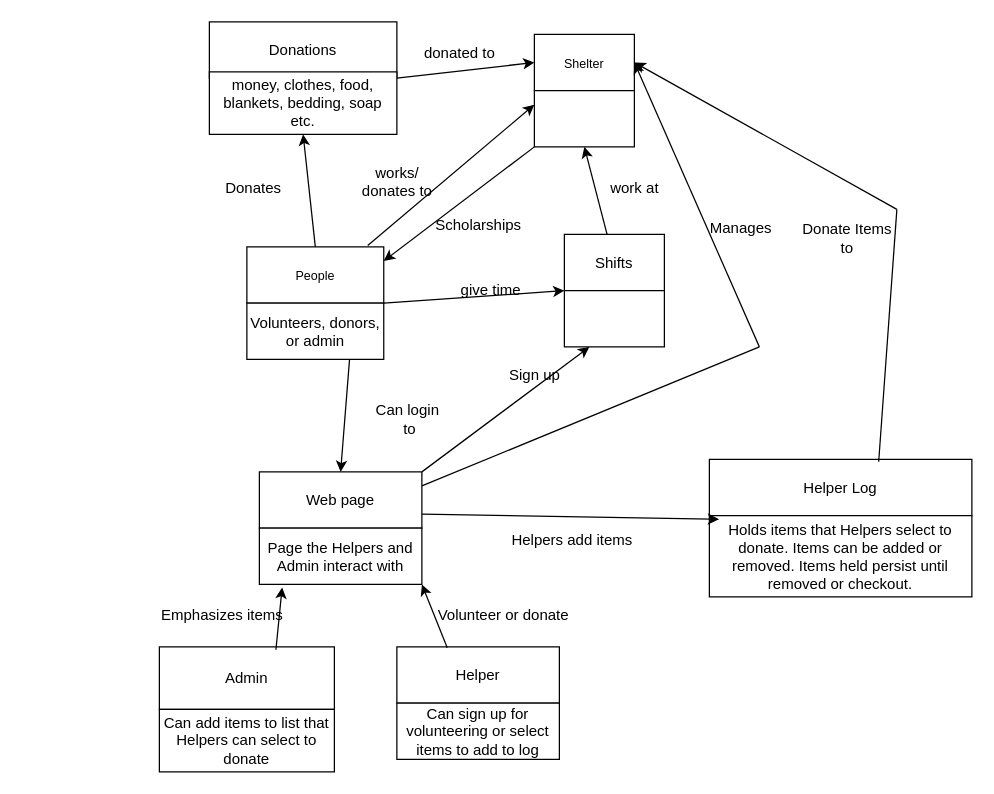
Before: DomainAnalysis.drawio in Alex-A-Denny/SWEN-Group-Project, a draw.io diagram. Source tidied: cells renumbered, new cells numbered last; positions are measured from the earlier drawing's top-left corner, leaving out a move shared by most shapes. Both pictures are drawn from the tidied source at 125%, with x=0, y=0 at pixel (146, 21).
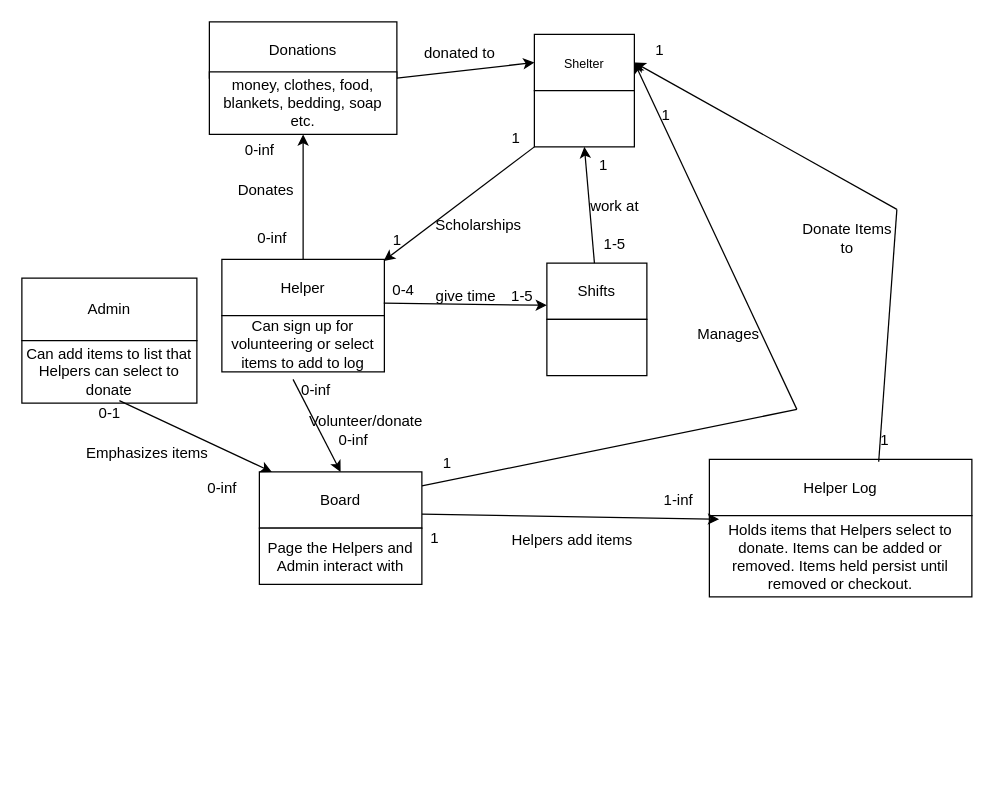
The same page after the edit.

Unchanged cells that the change refers to:
```xml
<mxCell id="3" value="&lt;font size=&quot;1&quot;&gt;Shelter&lt;/font&gt;" style="rounded=0;whiteSpace=wrap;html=1;" parent="2" vertex="1">
  <mxGeometry width="80" height="45" as="geometry" />
</mxCell>
<mxCell id="4" style="rounded=0;whiteSpace=wrap;html=1;" parent="2" vertex="1">
  <mxGeometry y="45" width="80" height="45" as="geometry" />
</mxCell>
<mxCell id="11" value="Shifts" style="rounded=0;whiteSpace=wrap;html=1;" parent="10" vertex="1">
  <mxGeometry width="80" height="45" as="geometry" />
</mxCell>
<mxCell id="12" style="rounded=0;whiteSpace=wrap;html=1;" parent="10" vertex="1">
  <mxGeometry y="45" width="80" height="45" as="geometry" />
</mxCell>
<mxCell id="15" value="money, clothes, food, blankets, bedding, soap etc." style="rounded=0;whiteSpace=wrap;html=1;" parent="13" vertex="1">
  <mxGeometry y="40" width="150" height="50" as="geometry" />
</mxCell>
<mxCell id="41" style="group;" parent="1" vertex="1">
  <mxGeometry x="90" y="360" width="130" height="90" as="geometry" />
</mxCell>
<mxCell id="43" value="Page the Helpers and Admin interact with" style="rounded=0;whiteSpace=wrap;html=1;" parent="41" vertex="1">
  <mxGeometry y="45" width="130" height="45" as="geometry" />
</mxCell>
<mxCell id="45" value="Helper" style="rounded=0;whiteSpace=wrap;html=1;" parent="44" vertex="1">
  <mxGeometry width="130" height="45" as="geometry" />
</mxCell>
<mxCell id="46" value="Can sign up for volunteering or select items to add to log" style="rounded=0;whiteSpace=wrap;html=1;" parent="44" vertex="1">
  <mxGeometry y="45" width="130" height="45" as="geometry" />
</mxCell>
<mxCell id="48" value="Admin" style="rounded=0;whiteSpace=wrap;html=1;" parent="47" vertex="1">
  <mxGeometry width="140" height="50" as="geometry" />
</mxCell>
<mxCell id="49" value="Can add items to list that Helpers can select to donate" style="rounded=0;whiteSpace=wrap;html=1;" parent="47" vertex="1">
  <mxGeometry y="50" width="140" height="50" as="geometry" />
</mxCell>
```

The edit, as a diff of the source:
```diff
@@
-    <mxCell id="5" style="group;" parent="1" vertex="1">
-      <mxGeometry x="80" y="180" width="130" height="90" as="geometry" />
-    </mxCell>
-    <mxCell id="6" value="&lt;font size=&quot;1&quot;&gt;People&lt;/font&gt;" style="rounded=0;whiteSpace=wrap;html=1;" parent="5" vertex="1">
-      <mxGeometry width="109.5" height="45" as="geometry" />
-    </mxCell>
-    <mxCell id="7" value="Volunteers, donors, or admin" style="rounded=0;whiteSpace=wrap;html=1;" parent="5" vertex="1">
-      <mxGeometry y="45" width="109.5" height="45" as="geometry" />
-    </mxCell>
-    <mxCell id="8" style="endArrow=classic;html=1;rounded=0;exitX=0.883;exitY=-0.025;exitDx=0;exitDy=0;exitPerimeter=0;entryX=0;entryY=0.25;entryDx=0;entryDy=0;" parent="1" edge="1" source="6" target="4">
-      <mxGeometry relative="1" as="geometry" />
-    </mxCell>
-    <mxCell id="9" value="works/&lt;br&gt;donates to" style="text;html=1;align=center;verticalAlign=middle;strokeColor=none;fillColor=none;" parent="1" vertex="1">
-      <mxGeometry x="160" y="108" width="80" height="40" as="geometry" />
-    </mxCell>
     <mxCell id="10" style="group;" parent="1" vertex="1">
-      <mxGeometry x="334" y="170" width="80" height="90" as="geometry" />
+      <mxGeometry x="320" y="193" width="80" height="90" as="geometry" />
     </mxCell>
@@
-    <mxCell id="16" style="endArrow=classic;html=1;rounded=0;entryX=0.5;entryY=1;entryDx=0;entryDy=0;exitX=0.5;exitY=0;exitDx=0;exitDy=0;" parent="1" edge="1" source="6" target="15">
+    <mxCell id="16" style="endArrow=classic;html=1;rounded=0;entryX=0.5;entryY=1;entryDx=0;entryDy=0;" parent="1" edge="1" source="45" target="15">
       <mxGeometry relative="1" as="geometry" />
     </mxCell>
     <mxCell id="17" value="Donates" style="text;html=1;align=center;verticalAlign=middle;strokeColor=none;fillColor=none;" parent="1" vertex="1">
-      <mxGeometry x="50" y="118" width="70" height="30" as="geometry" />
+      <mxGeometry x="60" y="120" width="70" height="30" as="geometry" />
     </mxCell>
@@
-    <mxCell id="21" style="endArrow=classic;html=1;rounded=0;exitX=1;exitY=1;exitDx=0;exitDy=0;entryX=0;entryY=1;entryDx=0;entryDy=0;" parent="1" edge="1" source="6" target="11">
-      <mxGeometry relative="1" as="geometry" />
-    </mxCell>
     <mxCell id="22" value="give time" style="text;html=1;align=center;verticalAlign=middle;strokeColor=none;fillColor=none;" parent="1" vertex="1">
-      <mxGeometry x="240" y="200" width="70" height="30" as="geometry" />
+      <mxGeometry x="220" y="205" width="70" height="30" as="geometry" />
     </mxCell>
     <mxCell id="23" value="work at" style="text;html=1;align=center;verticalAlign=middle;strokeColor=none;fillColor=none;" parent="1" vertex="1">
-      <mxGeometry x="360" y="118" width="60" height="30" as="geometry" />
+      <mxGeometry x="344" y="133" width="60" height="30" as="geometry" />
     </mxCell>
-    <mxCell id="24" style="endArrow=classic;html=1;rounded=0;exitX=0.75;exitY=1;exitDx=0;exitDy=0;entryX=0.5;entryY=0;entryDx=0;entryDy=0;" parent="1" edge="1" source="7" target="42">
+    <mxCell id="24" style="endArrow=classic;html=1;rounded=0;exitX=0.438;exitY=1.133;exitDx=0;exitDy=0;entryX=0.5;entryY=0;entryDx=0;entryDy=0;exitPerimeter=0;" parent="1" edge="1" source="46" target="42">
       <mxGeometry relative="1" as="geometry" />
     </mxCell>
-    <mxCell id="25" value="Can login&amp;nbsp;&lt;br&gt;to" style="text;html=1;align=center;verticalAlign=middle;strokeColor=none;fillColor=none;" parent="1" vertex="1">
-      <mxGeometry x="170" y="298" width="80" height="40" as="geometry" />
-    </mxCell>
@@
     <mxCell id="31" style="endArrow=classic;html=1;rounded=0;entryX=1;entryY=0.5;entryDx=0;entryDy=0;" parent="1" edge="1" target="3">
       <mxGeometry relative="1" as="geometry">
-        <mxPoint x="490" y="260" as="sourcePoint" />
+        <mxPoint x="520" y="310" as="sourcePoint" />
       </mxGeometry>
     </mxCell>
     <mxCell id="32" style="endArrow=none;html=1;rounded=0;exitX=1;exitY=0.25;exitDx=0;exitDy=0;" parent="1" edge="1" source="42">
       <mxGeometry relative="1" as="geometry">
-        <mxPoint x="490" y="260" as="targetPoint" />
+        <mxPoint x="520" y="310" as="targetPoint" />
       </mxGeometry>
     </mxCell>
     <mxCell id="33" value="Manages" style="text;html=1;align=center;verticalAlign=middle;strokeColor=none;fillColor=none;" parent="1" vertex="1">
-      <mxGeometry x="440" y="150" width="70" height="30" as="geometry" />
+      <mxGeometry x="430" y="235" width="70" height="30" as="geometry" />
     </mxCell>
@@
-    <mxCell id="37" style="endArrow=classic;html=1;rounded=0;exitX=1;exitY=0;exitDx=0;exitDy=0;entryX=0.25;entryY=1;entryDx=0;entryDy=0;" parent="1" edge="1" source="42" target="12">
-      <mxGeometry relative="1" as="geometry" />
-    </mxCell>
-    <mxCell id="38" value="Sign up" style="text;html=1;align=center;verticalAlign=middle;strokeColor=none;fillColor=none;" parent="1" vertex="1">
-      <mxGeometry x="280" y="268" width="60" height="30" as="geometry" />
-    </mxCell>
-    <mxCell id="39" style="endArrow=classic;html=1;rounded=0;exitX=0;exitY=1;exitDx=0;exitDy=0;entryX=1;entryY=0.25;entryDx=0;entryDy=0;" parent="1" edge="1" source="4" target="6">
-      <mxGeometry relative="1" as="geometry" />
+    <mxCell id="39" style="endArrow=classic;html=1;rounded=0;exitX=0;exitY=1;exitDx=0;exitDy=0;entryX=1;entryY=0.25;entryDx=0;entryDy=0;" parent="1" edge="1" source="4">
+      <mxGeometry relative="1" as="geometry">
+        <mxPoint x="189.5" y="191.2" as="targetPoint" />
+      </mxGeometry>
     </mxCell>
@@
-    <mxCell id="42" value="Web page" style="rounded=0;whiteSpace=wrap;html=1;" parent="41" vertex="1">
+    <mxCell id="42" value="Board" style="rounded=0;whiteSpace=wrap;html=1;" parent="41" vertex="1">
       <mxGeometry width="130" height="45" as="geometry" />
     </mxCell>
@@
     <mxCell id="44" style="group;" parent="1" vertex="1">
-      <mxGeometry x="200" y="500" width="130" height="90" as="geometry" />
+      <mxGeometry x="60" y="190" width="130" height="90" as="geometry" />
     </mxCell>
@@
     <mxCell id="47" style="group;" parent="1" vertex="1">
-      <mxGeometry x="10" y="500" width="140" height="100" as="geometry" />
+      <mxGeometry x="-100" y="205" width="140" height="100" as="geometry" />
     </mxCell>
@@
-    <mxCell id="50" style="endArrow=classic;html=1;rounded=0;exitX=0.666;exitY=0.045;exitDx=0;exitDy=0;exitPerimeter=0;entryX=0.14;entryY=1.054;entryDx=0;entryDy=0;entryPerimeter=0;" parent="1" edge="1" source="48" target="43">
-      <mxGeometry relative="1" as="geometry" />
+    <mxCell id="50" style="endArrow=classic;html=1;rounded=0;exitX=0.557;exitY=0.96;exitDx=0;exitDy=0;exitPerimeter=0;" parent="1" edge="1" source="49">
+      <mxGeometry relative="1" as="geometry">
+        <mxPoint x="100" y="360" as="targetPoint" />
+      </mxGeometry>
     </mxCell>
     <mxCell id="51" value="Emphasizes items" style="text;html=1;align=center;verticalAlign=middle;strokeColor=none;fillColor=none;" parent="1" vertex="1">
-      <mxGeometry y="460" width="120" height="30" as="geometry" />
+      <mxGeometry x="-60" y="330" width="120" height="30" as="geometry" />
     </mxCell>
-    <mxCell id="52" style="endArrow=classic;html=1;rounded=0;exitX=0.31;exitY=0.017;exitDx=0;exitDy=0;exitPerimeter=0;entryX=1;entryY=1;entryDx=0;entryDy=0;" parent="1" edge="1" source="45" target="43">
-      <mxGeometry relative="1" as="geometry" />
-    </mxCell>
-    <mxCell id="53" value="Volunteer or donate" style="text;html=1;align=center;verticalAlign=middle;strokeColor=none;fillColor=none;" parent="1" vertex="1">
-      <mxGeometry x="220" y="460" width="130" height="30" as="geometry" />
+    <mxCell id="53" value="Volunteer/donate" style="text;html=1;align=center;verticalAlign=middle;strokeColor=none;fillColor=none;" parent="1" vertex="1">
+      <mxGeometry x="120" y="305" width="110" height="30" as="geometry" />
     </mxCell>
+    <mxCell id="54" value="0-1" style="text;html=1;align=center;verticalAlign=middle;strokeColor=none;fillColor=none;" parent="1" vertex="1">
+      <mxGeometry x="-50" y="298" width="40" height="30" as="geometry" />
+    </mxCell>
+    <mxCell id="55" value="0-inf" style="text;html=1;align=center;verticalAlign=middle;strokeColor=none;fillColor=none;" parent="1" vertex="1">
+      <mxGeometry x="35" y="358" width="50" height="30" as="geometry" />
+    </mxCell>
+    <mxCell id="56" value="0-inf" style="text;html=1;align=center;verticalAlign=middle;strokeColor=none;fillColor=none;" parent="1" vertex="1">
+      <mxGeometry x="110" y="280" width="50" height="30" as="geometry" />
+    </mxCell>
+    <mxCell id="57" value="0-inf" style="text;html=1;align=center;verticalAlign=middle;strokeColor=none;fillColor=none;" parent="1" vertex="1">
+      <mxGeometry x="140" y="320" width="50" height="30" as="geometry" />
+    </mxCell>
+    <mxCell id="58" value="0-inf" style="text;html=1;align=center;verticalAlign=middle;strokeColor=none;fillColor=none;" parent="1" vertex="1">
+      <mxGeometry x="75" y="158" width="50" height="30" as="geometry" />
+    </mxCell>
+    <mxCell id="59" value="0-inf" style="text;html=1;align=center;verticalAlign=middle;strokeColor=none;fillColor=none;" parent="1" vertex="1">
+      <mxGeometry x="65" y="88" width="50" height="30" as="geometry" />
+    </mxCell>
+    <mxCell id="60" value="0-4" style="text;html=1;align=center;verticalAlign=middle;strokeColor=none;fillColor=none;" parent="1" vertex="1">
+      <mxGeometry x="185" y="200" width="40" height="30" as="geometry" />
+    </mxCell>
+    <mxCell id="61" style="endArrow=classic;html=1;rounded=0;exitX=1;exitY=1;exitDx=0;exitDy=0;entryX=0;entryY=0.75;entryDx=0;entryDy=0;" parent="1" edge="1" target="11">
+      <mxGeometry relative="1" as="geometry">
+        <mxPoint x="189.5" y="225" as="sourcePoint" />
+      </mxGeometry>
+    </mxCell>
+    <mxCell id="62" value="1-5" style="text;html=1;align=center;verticalAlign=middle;strokeColor=none;fillColor=none;" parent="1" vertex="1">
+      <mxGeometry x="280" y="205" width="40" height="30" as="geometry" />
+    </mxCell>
+    <mxCell id="63" value="1-5" style="text;html=1;align=center;verticalAlign=middle;strokeColor=none;fillColor=none;" parent="1" vertex="1">
+      <mxGeometry x="354" y="163" width="40" height="30" as="geometry" />
+    </mxCell>
+    <mxCell id="64" value="1" style="text;html=1;align=center;verticalAlign=middle;strokeColor=none;fillColor=none;" parent="1" vertex="1">
+      <mxGeometry x="350" y="100" width="30" height="30" as="geometry" />
+    </mxCell>
+    <mxCell id="65" value="1" style="text;html=1;align=center;verticalAlign=middle;strokeColor=none;fillColor=none;" parent="1" vertex="1">
+      <mxGeometry x="280" y="78" width="30" height="30" as="geometry" />
+    </mxCell>
+    <mxCell id="66" value="1" style="text;html=1;align=center;verticalAlign=middle;strokeColor=none;fillColor=none;" parent="1" vertex="1">
+      <mxGeometry x="185" y="160" width="30" height="30" as="geometry" />
+    </mxCell>
+    <mxCell id="67" value="1" style="text;html=1;align=center;verticalAlign=middle;strokeColor=none;fillColor=none;" parent="1" vertex="1">
+      <mxGeometry x="225" y="338" width="30" height="30" as="geometry" />
+    </mxCell>
+    <mxCell id="68" value="1" style="text;html=1;align=center;verticalAlign=middle;strokeColor=none;fillColor=none;" parent="1" vertex="1">
+      <mxGeometry x="395" y="8" width="30" height="30" as="geometry" />
+    </mxCell>
+    <mxCell id="69" value="1" style="text;html=1;align=center;verticalAlign=middle;strokeColor=none;fillColor=none;" parent="1" vertex="1">
+      <mxGeometry x="400" y="60" width="30" height="30" as="geometry" />
+    </mxCell>
+    <mxCell id="70" value="1" style="text;html=1;align=center;verticalAlign=middle;strokeColor=none;fillColor=none;" parent="1" vertex="1">
+      <mxGeometry x="575" y="320" width="30" height="30" as="geometry" />
+    </mxCell>
+    <mxCell id="71" value="1" style="text;html=1;align=center;verticalAlign=middle;strokeColor=none;fillColor=none;" parent="1" vertex="1">
+      <mxGeometry x="215" y="398" width="30" height="30" as="geometry" />
+    </mxCell>
+    <mxCell id="72" value="1-inf" style="text;html=1;align=center;verticalAlign=middle;strokeColor=none;fillColor=none;" parent="1" vertex="1">
+      <mxGeometry x="400" y="368" width="50" height="30" as="geometry" />
+    </mxCell>
```
